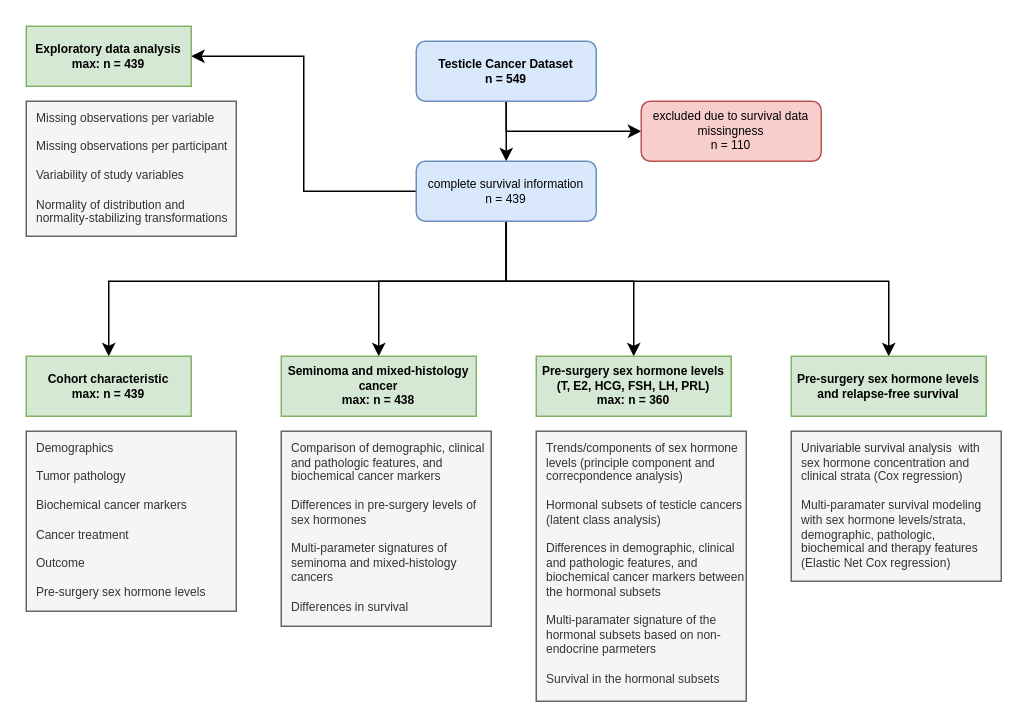
PiotrTymoszuk/TesCa_hormones keeps this draw.io diagram as schemes/inclusion.drawio. Above is the earlier version. Source tidied: cells renumbered, new cells numbered last; positions are measured from the earlier drawing's top-left corner, leaving out a move shared by most shapes. Both pictures are drawn from the tidied source at 150%, with x=0, y=0 at pixel (26, 26).
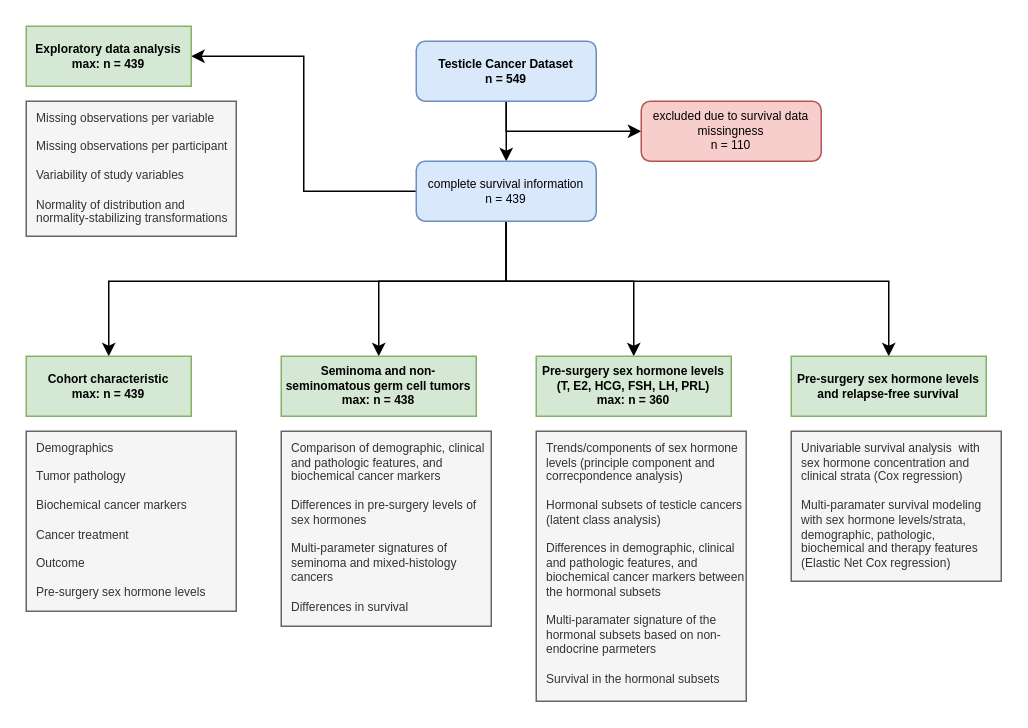
After the change.

Unchanged cells that the change refers to:
```xml
<mxCell id="18" style="group;" parent="1" vertex="1">
  <mxGeometry x="170" y="220" width="140" height="180" as="geometry" />
</mxCell>
```

What changed in the source:
```diff
@@
-    <mxCell id="19" value="Seminoma and mixed-histology cancer&lt;br&gt;max: n = 438" style="rounded=0;whiteSpace=wrap;html=1;fontStyle=1;fontSize=8;fillColor=#d5e8d4;strokeColor=#82b366;" parent="18" vertex="1">
+    <mxCell id="19" value="Seminoma and&amp;nbsp;non-seminomatous germ cell tumors&lt;br&gt;max: n = 438" style="rounded=0;whiteSpace=wrap;html=1;fontStyle=1;fontSize=8;fillColor=#d5e8d4;strokeColor=#82b366;" parent="18" vertex="1">
       <mxGeometry width="130" height="40" as="geometry" />
     </mxCell>
```
